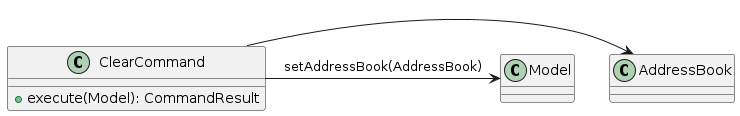
Before: diagrams/ClearCommandClassDiagram.png, a diagram exported from PlantUML (NoahKoh/tp). Its source is kept beside it as diagrams/ClearCommandClassDiagram.puml.
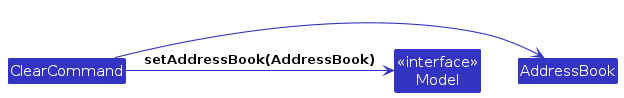
The same diagram one commit later.

What changed in the source:
```diff
@@ -1,10 +1,17 @@
 @startuml
+!include style.puml
+skinparam arrowThickness 1.1
+skinparam arrowColor LOGIC_COLOR
+skinparam classBackgroundColor LOGIC_COLOR
+
 class ClearCommand {
   + execute(Model): CommandResult
 }
 
 class AddressBook
 
+class "<<interface>>\nModel" as Model
+
 ClearCommand -> AddressBook
 ClearCommand -> Model : setAddressBook(AddressBook)
 @enduml
```
